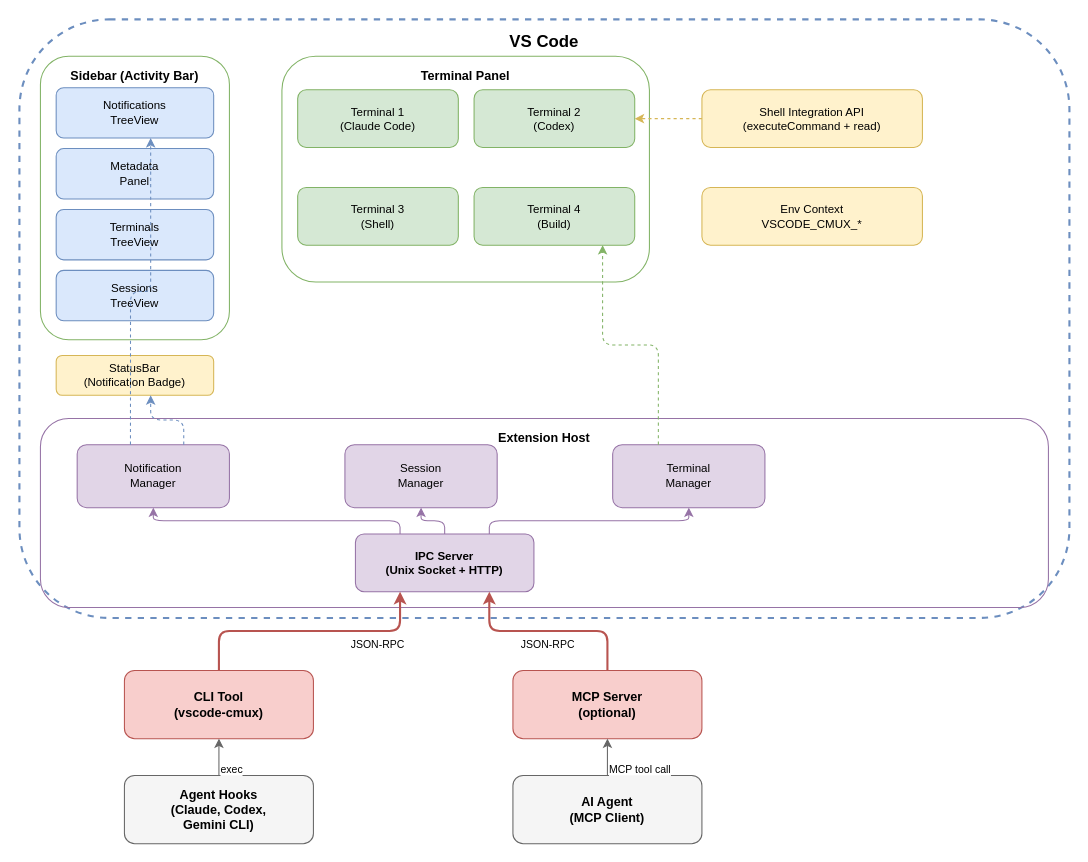
Earlier version of the draw.io diagram docs/diagrams/architecture.drawio (roboco-io/vmux). Source tidied: cells renumbered, new cells numbered last; positions are measured from the earlier drawing's top-left corner, leaving out a move shared by most shapes. Both pictures are drawn from the tidied source at 105%, with x=0, y=0 at pixel (19, 19).
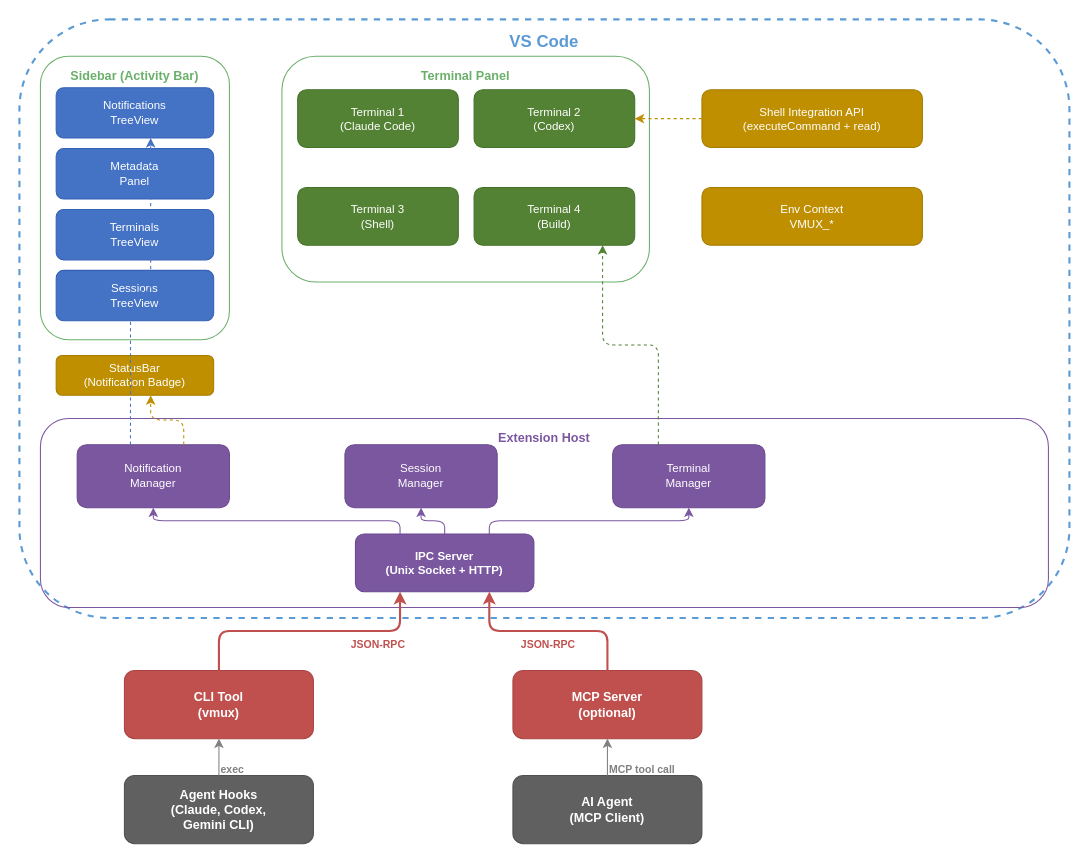
After the change.

Commit message (it also covers changes not shown here):
Update architecture diagram for light/dark theme readability

Change to the diagram source:
```diff
@@
-    <mxCell id="2" value="VS Code" style="rounded=1;whiteSpace=wrap;html=1;fillColor=none;strokeColor=#6c8ebf;strokeWidth=2;fontSize=16;fontStyle=1;verticalAlign=top;spacingTop=5;dashed=1;" parent="1" vertex="1">
+    <mxCell id="2" value="VS Code" style="rounded=1;whiteSpace=wrap;html=1;fillColor=none;strokeColor=#5B9BD5;strokeWidth=2;fontSize=16;fontStyle=1;fontColor=#5B9BD5;verticalAlign=top;spacingTop=5;dashed=1;" parent="1" vertex="1">
       <mxGeometry width="1000" height="570" as="geometry" />
     </mxCell>
-    <mxCell id="3" value="Sidebar (Activity Bar)" style="rounded=1;whiteSpace=wrap;html=1;fillColor=none;strokeColor=#82b366;strokeWidth=1;fontSize=12;fontStyle=1;verticalAlign=top;spacingTop=5;" parent="1" vertex="1">
+    <mxCell id="3" value="Sidebar (Activity Bar)" style="rounded=1;whiteSpace=wrap;html=1;fillColor=none;strokeColor=#6AAF6A;strokeWidth=1;fontSize=12;fontStyle=1;fontColor=#6AAF6A;verticalAlign=top;spacingTop=5;" parent="1" vertex="1">
       <mxGeometry x="20" y="35" width="180" height="270" as="geometry" />
     </mxCell>
-    <mxCell id="4" value="Notifications&#10;TreeView" style="rounded=1;whiteSpace=wrap;html=1;fillColor=#dae8fc;strokeColor=#6c8ebf;fontSize=11;" parent="1" vertex="1">
+    <mxCell id="4" value="Notifications&#10;TreeView" style="rounded=1;whiteSpace=wrap;html=1;fillColor=#4472C4;strokeColor=#3461B3;fontSize=11;fontColor=#FFFFFF;" parent="1" vertex="1">
       <mxGeometry x="35" y="65" width="150" height="48" as="geometry" />
     </mxCell>
-    <mxCell id="5" value="Metadata&#10;Panel" style="rounded=1;whiteSpace=wrap;html=1;fillColor=#dae8fc;strokeColor=#6c8ebf;fontSize=11;" parent="1" vertex="1">
+    <mxCell id="5" value="Metadata&#10;Panel" style="rounded=1;whiteSpace=wrap;html=1;fillColor=#4472C4;strokeColor=#3461B3;fontSize=11;fontColor=#FFFFFF;" parent="1" vertex="1">
       <mxGeometry x="35" y="123" width="150" height="48" as="geometry" />
     </mxCell>
-    <mxCell id="6" value="Terminals&#10;TreeView" style="rounded=1;whiteSpace=wrap;html=1;fillColor=#dae8fc;strokeColor=#6c8ebf;fontSize=11;" parent="1" vertex="1">
+    <mxCell id="6" value="Terminals&#10;TreeView" style="rounded=1;whiteSpace=wrap;html=1;fillColor=#4472C4;strokeColor=#3461B3;fontSize=11;fontColor=#FFFFFF;" parent="1" vertex="1">
       <mxGeometry x="35" y="181" width="150" height="48" as="geometry" />
     </mxCell>
-    <mxCell id="7" value="Sessions&#10;TreeView" style="rounded=1;whiteSpace=wrap;html=1;fillColor=#dae8fc;strokeColor=#6c8ebf;fontSize=11;" parent="1" vertex="1">
+    <mxCell id="7" value="Sessions&#10;TreeView" style="rounded=1;whiteSpace=wrap;html=1;fillColor=#4472C4;strokeColor=#3461B3;fontSize=11;fontColor=#FFFFFF;" parent="1" vertex="1">
       <mxGeometry x="35" y="239" width="150" height="48" as="geometry" />
     </mxCell>
-    <mxCell id="8" value="StatusBar&#10;(Notification Badge)" style="rounded=1;whiteSpace=wrap;html=1;fillColor=#fff2cc;strokeColor=#d6b656;fontSize=11;" parent="1" vertex="1">
+    <mxCell id="8" value="StatusBar&#10;(Notification Badge)" style="rounded=1;whiteSpace=wrap;html=1;fillColor=#BF8F00;strokeColor=#A67C00;fontSize=11;fontColor=#FFFFFF;" parent="1" vertex="1">
       <mxGeometry x="35" y="320" width="150" height="38" as="geometry" />
     </mxCell>
-    <mxCell id="9" value="Terminal Panel" style="rounded=1;whiteSpace=wrap;html=1;fillColor=none;strokeColor=#82b366;strokeWidth=1;fontSize=12;fontStyle=1;verticalAlign=top;spacingTop=5;" parent="1" vertex="1">
+    <mxCell id="9" value="Terminal Panel" style="rounded=1;whiteSpace=wrap;html=1;fillColor=none;strokeColor=#6AAF6A;strokeWidth=1;fontSize=12;fontStyle=1;fontColor=#6AAF6A;verticalAlign=top;spacingTop=5;" parent="1" vertex="1">
       <mxGeometry x="250" y="35" width="350" height="215" as="geometry" />
     </mxCell>
-    <mxCell id="10" value="Terminal 1&#10;(Claude Code)" style="rounded=1;whiteSpace=wrap;html=1;fillColor=#d5e8d4;strokeColor=#82b366;fontSize=11;" parent="1" vertex="1">
+    <mxCell id="10" value="Terminal 1&#10;(Claude Code)" style="rounded=1;whiteSpace=wrap;html=1;fillColor=#548235;strokeColor=#44722A;fontSize=11;fontColor=#FFFFFF;" parent="1" vertex="1">
       <mxGeometry x="265" y="67" width="153" height="55" as="geometry" />
     </mxCell>
-    <mxCell id="11" value="Terminal 2&#10;(Codex)" style="rounded=1;whiteSpace=wrap;html=1;fillColor=#d5e8d4;strokeColor=#82b366;fontSize=11;" parent="1" vertex="1">
+    <mxCell id="11" value="Terminal 2&#10;(Codex)" style="rounded=1;whiteSpace=wrap;html=1;fillColor=#548235;strokeColor=#44722A;fontSize=11;fontColor=#FFFFFF;" parent="1" vertex="1">
       <mxGeometry x="433" y="67" width="153" height="55" as="geometry" />
     </mxCell>
-    <mxCell id="12" value="Terminal 3&#10;(Shell)" style="rounded=1;whiteSpace=wrap;html=1;fillColor=#d5e8d4;strokeColor=#82b366;fontSize=11;" parent="1" vertex="1">
+    <mxCell id="12" value="Terminal 3&#10;(Shell)" style="rounded=1;whiteSpace=wrap;html=1;fillColor=#548235;strokeColor=#44722A;fontSize=11;fontColor=#FFFFFF;" parent="1" vertex="1">
       <mxGeometry x="265" y="160" width="153" height="55" as="geometry" />
     </mxCell>
-    <mxCell id="13" value="Terminal 4&#10;(Build)" style="rounded=1;whiteSpace=wrap;html=1;fillColor=#d5e8d4;strokeColor=#82b366;fontSize=11;" parent="1" vertex="1">
+    <mxCell id="13" value="Terminal 4&#10;(Build)" style="rounded=1;whiteSpace=wrap;html=1;fillColor=#548235;strokeColor=#44722A;fontSize=11;fontColor=#FFFFFF;" parent="1" vertex="1">
       <mxGeometry x="433" y="160" width="153" height="55" as="geometry" />
     </mxCell>
-    <mxCell id="14" value="Shell Integration API&#10;(executeCommand + read)" style="rounded=1;whiteSpace=wrap;html=1;fillColor=#fff2cc;strokeColor=#d6b656;fontSize=11;" parent="1" vertex="1">
+    <mxCell id="14" value="Shell Integration API&#10;(executeCommand + read)" style="rounded=1;whiteSpace=wrap;html=1;fillColor=#BF8F00;strokeColor=#A67C00;fontSize=11;fontColor=#FFFFFF;" parent="1" vertex="1">
       <mxGeometry x="650" y="67" width="210" height="55" as="geometry" />
     </mxCell>
-    <mxCell id="15" value="Env Context&#10;VSCODE_CMUX_*" style="rounded=1;whiteSpace=wrap;html=1;fillColor=#fff2cc;strokeColor=#d6b656;fontSize=11;" parent="1" vertex="1">
+    <mxCell id="15" value="Env Context&#10;VMUX_*" style="rounded=1;whiteSpace=wrap;html=1;fillColor=#BF8F00;strokeColor=#A67C00;fontSize=11;fontColor=#FFFFFF;" parent="1" vertex="1">
       <mxGeometry x="650" y="160" width="210" height="55" as="geometry" />
     </mxCell>
-    <mxCell id="16" value="Extension Host" style="rounded=1;whiteSpace=wrap;html=1;fillColor=none;strokeColor=#9673a6;strokeWidth=1;fontSize=12;fontStyle=1;verticalAlign=top;spacingTop=5;" parent="1" vertex="1">
+    <mxCell id="16" value="Extension Host" style="rounded=1;whiteSpace=wrap;html=1;fillColor=none;strokeColor=#7B57A0;strokeWidth=1;fontSize=12;fontStyle=1;fontColor=#7B57A0;verticalAlign=top;spacingTop=5;" parent="1" vertex="1">
       <mxGeometry x="20" y="380" width="960" height="180" as="geometry" />
     </mxCell>
-    <mxCell id="17" value="Notification&#10;Manager" style="rounded=1;whiteSpace=wrap;html=1;fillColor=#e1d5e7;strokeColor=#9673a6;fontSize=11;" parent="1" vertex="1">
+    <mxCell id="17" value="Notification&#10;Manager" style="rounded=1;whiteSpace=wrap;html=1;fillColor=#7B57A0;strokeColor=#6A4890;fontSize=11;fontColor=#FFFFFF;" parent="1" vertex="1">
       <mxGeometry x="55" y="405" width="145" height="60" as="geometry" />
     </mxCell>
-    <mxCell id="18" value="Session&#10;Manager" style="rounded=1;whiteSpace=wrap;html=1;fillColor=#e1d5e7;strokeColor=#9673a6;fontSize=11;" parent="1" vertex="1">
+    <mxCell id="18" value="Session&#10;Manager" style="rounded=1;whiteSpace=wrap;html=1;fillColor=#7B57A0;strokeColor=#6A4890;fontSize=11;fontColor=#FFFFFF;" parent="1" vertex="1">
       <mxGeometry x="310" y="405" width="145" height="60" as="geometry" />
     </mxCell>
-    <mxCell id="19" value="Terminal&#10;Manager" style="rounded=1;whiteSpace=wrap;html=1;fillColor=#e1d5e7;strokeColor=#9673a6;fontSize=11;" parent="1" vertex="1">
+    <mxCell id="19" value="Terminal&#10;Manager" style="rounded=1;whiteSpace=wrap;html=1;fillColor=#7B57A0;strokeColor=#6A4890;fontSize=11;fontColor=#FFFFFF;" parent="1" vertex="1">
       <mxGeometry x="565" y="405" width="145" height="60" as="geometry" />
     </mxCell>
-    <mxCell id="20" value="IPC Server&#10;(Unix Socket + HTTP)" style="rounded=1;whiteSpace=wrap;html=1;fillColor=#e1d5e7;strokeColor=#9673a6;fontSize=11;fontStyle=1;" parent="1" vertex="1">
+    <mxCell id="20" value="IPC Server&#10;(Unix Socket + HTTP)" style="rounded=1;whiteSpace=wrap;html=1;fillColor=#7B57A0;strokeColor=#6A4890;fontSize=11;fontStyle=1;fontColor=#FFFFFF;" parent="1" vertex="1">
       <mxGeometry x="320" y="490" width="170" height="55" as="geometry" />
     </mxCell>
-    <mxCell id="21" value="CLI Tool&#10;(vscode-cmux)" style="rounded=1;whiteSpace=wrap;html=1;fillColor=#f8cecc;strokeColor=#b85450;fontSize=12;fontStyle=1;" parent="1" vertex="1">
+    <mxCell id="21" value="CLI Tool&#10;(vmux)" style="rounded=1;whiteSpace=wrap;html=1;fillColor=#C0504D;strokeColor=#A94442;fontSize=12;fontStyle=1;fontColor=#FFFFFF;" parent="1" vertex="1">
       <mxGeometry x="100" y="620" width="180" height="65" as="geometry" />
     </mxCell>
-    <mxCell id="22" value="MCP Server&#10;(optional)" style="rounded=1;whiteSpace=wrap;html=1;fillColor=#f8cecc;strokeColor=#b85450;fontSize=12;fontStyle=1;" parent="1" vertex="1">
+    <mxCell id="22" value="MCP Server&#10;(optional)" style="rounded=1;whiteSpace=wrap;html=1;fillColor=#C0504D;strokeColor=#A94442;fontSize=12;fontStyle=1;fontColor=#FFFFFF;" parent="1" vertex="1">
       <mxGeometry x="470" y="620" width="180" height="65" as="geometry" />
     </mxCell>
-    <mxCell id="23" value="Agent Hooks&#10;(Claude, Codex,&#10;Gemini CLI)" style="rounded=1;whiteSpace=wrap;html=1;fillColor=#f5f5f5;strokeColor=#666666;fontSize=12;fontStyle=1;" parent="1" vertex="1">
+    <mxCell id="23" value="Agent Hooks&#10;(Claude, Codex,&#10;Gemini CLI)" style="rounded=1;whiteSpace=wrap;html=1;fillColor=#606060;strokeColor=#505050;fontSize=12;fontStyle=1;fontColor=#FFFFFF;" parent="1" vertex="1">
       <mxGeometry x="100" y="720" width="180" height="65" as="geometry" />
     </mxCell>
-    <mxCell id="24" value="AI Agent&#10;(MCP Client)" style="rounded=1;whiteSpace=wrap;html=1;fillColor=#f5f5f5;strokeColor=#666666;fontSize=12;fontStyle=1;" parent="1" vertex="1">
+    <mxCell id="24" value="AI Agent&#10;(MCP Client)" style="rounded=1;whiteSpace=wrap;html=1;fillColor=#606060;strokeColor=#505050;fontSize=12;fontStyle=1;fontColor=#FFFFFF;" parent="1" vertex="1">
       <mxGeometry x="470" y="720" width="180" height="65" as="geometry" />
     </mxCell>
-    <mxCell id="25" style="edgeStyle=orthogonalEdgeStyle;rounded=1;strokeColor=#b85450;strokeWidth=2;exitX=0.5;exitY=0;entryX=0.25;entryY=1;" parent="1" edge="1" source="21" target="20">
+    <mxCell id="25" style="edgeStyle=orthogonalEdgeStyle;rounded=1;strokeColor=#C0504D;strokeWidth=2;exitX=0.5;exitY=0;entryX=0.25;entryY=1;" parent="1" edge="1" source="21" target="20">
       <mxGeometry relative="1" as="geometry" />
     </mxCell>
-    <mxCell id="26" value="JSON-RPC" style="edgeLabel;html=1;fontSize=10;fillColor=none;" parent="25" vertex="1">
+    <mxCell id="26" value="JSON-RPC" style="edgeLabel;html=1;fontSize=10;fontColor=#C0504D;fontStyle=1;labelBackgroundColor=none;" parent="25" vertex="1">
       <mxGeometry x="0.3" relative="1" as="geometry" />
     </mxCell>
-    <mxCell id="27" style="edgeStyle=orthogonalEdgeStyle;rounded=1;strokeColor=#b85450;strokeWidth=2;exitX=0.5;exitY=0;entryX=0.75;entryY=1;" parent="1" edge="1" source="22" target="20">
+    <mxCell id="27" style="edgeStyle=orthogonalEdgeStyle;rounded=1;strokeColor=#C0504D;strokeWidth=2;exitX=0.5;exitY=0;entryX=0.75;entryY=1;" parent="1" edge="1" source="22" target="20">
       <mxGeometry relative="1" as="geometry" />
     </mxCell>
-    <mxCell id="28" value="JSON-RPC" style="edgeLabel;html=1;fontSize=10;fillColor=none;" parent="27" vertex="1">
+    <mxCell id="28" value="JSON-RPC" style="edgeLabel;html=1;fontSize=10;fontColor=#C0504D;fontStyle=1;labelBackgroundColor=none;" parent="27" vertex="1">
       <mxGeometry x="0.3" relative="1" as="geometry" />
     </mxCell>
-    <mxCell id="29" style="edgeStyle=orthogonalEdgeStyle;rounded=1;strokeColor=#666666;strokeWidth=1;exitX=0.5;exitY=0;entryX=0.5;entryY=1;" parent="1" edge="1" source="23" target="21">
+    <mxCell id="29" style="edgeStyle=orthogonalEdgeStyle;rounded=1;strokeColor=#808080;strokeWidth=1;exitX=0.5;exitY=0;entryX=0.5;entryY=1;" parent="1" edge="1" source="23" target="21">
       <mxGeometry relative="1" as="geometry" />
     </mxCell>
-    <mxCell id="30" value="exec" style="edgeLabel;html=1;fontSize=10;fillColor=none;" parent="29" vertex="1">
+    <mxCell id="30" value="exec" style="edgeLabel;html=1;fontSize=10;fontColor=#808080;fontStyle=1;labelBackgroundColor=none;" parent="29" vertex="1">
       <mxGeometry relative="1" as="geometry" />
     </mxCell>
-    <mxCell id="31" style="edgeStyle=orthogonalEdgeStyle;rounded=1;strokeColor=#666666;strokeWidth=1;exitX=0.5;exitY=0;entryX=0.5;entryY=1;" parent="1" edge="1" source="24" target="22">
+    <mxCell id="31" style="edgeStyle=orthogonalEdgeStyle;rounded=1;strokeColor=#808080;strokeWidth=1;exitX=0.5;exitY=0;entryX=0.5;entryY=1;" parent="1" edge="1" source="24" target="22">
       <mxGeometry relative="1" as="geometry" />
     </mxCell>
-    <mxCell id="32" value="MCP tool call" style="edgeLabel;html=1;fontSize=10;fillColor=none;" parent="31" vertex="1">
+    <mxCell id="32" value="MCP tool call" style="edgeLabel;html=1;fontSize=10;fontColor=#808080;fontStyle=1;labelBackgroundColor=none;" parent="31" vertex="1">
       <mxGeometry relative="1" as="geometry" />
     </mxCell>
-    <mxCell id="33" style="edgeStyle=orthogonalEdgeStyle;rounded=1;strokeColor=#9673a6;exitX=0.25;exitY=0;entryX=0.5;entryY=1;" parent="1" edge="1" source="20" target="17">
+    <mxCell id="33" style="edgeStyle=orthogonalEdgeStyle;rounded=1;strokeColor=#7B57A0;exitX=0.25;exitY=0;entryX=0.5;entryY=1;" parent="1" edge="1" source="20" target="17">
       <mxGeometry relative="1" as="geometry" />
     </mxCell>
-    <mxCell id="34" style="edgeStyle=orthogonalEdgeStyle;rounded=1;strokeColor=#9673a6;exitX=0.5;exitY=0;entryX=0.5;entryY=1;" parent="1" edge="1" source="20" target="18">
+    <mxCell id="34" style="edgeStyle=orthogonalEdgeStyle;rounded=1;strokeColor=#7B57A0;exitX=0.5;exitY=0;entryX=0.5;entryY=1;" parent="1" edge="1" source="20" target="18">
       <mxGeometry relative="1" as="geometry" />
     </mxCell>
-    <mxCell id="35" style="edgeStyle=orthogonalEdgeStyle;rounded=1;strokeColor=#9673a6;exitX=0.75;exitY=0;entryX=0.5;entryY=1;" parent="1" edge="1" source="20" target="19">
+    <mxCell id="35" style="edgeStyle=orthogonalEdgeStyle;rounded=1;strokeColor=#7B57A0;exitX=0.75;exitY=0;entryX=0.5;entryY=1;" parent="1" edge="1" source="20" target="19">
       <mxGeometry relative="1" as="geometry" />
     </mxCell>
-    <mxCell id="36" style="edgeStyle=orthogonalEdgeStyle;rounded=1;dashed=1;strokeColor=#6c8ebf;exitX=0.35;exitY=0;entryX=0.6;entryY=1;" parent="1" edge="1" source="17" target="4">
+    <mxCell id="36" style="edgeStyle=orthogonalEdgeStyle;rounded=1;dashed=1;strokeColor=#4472C4;exitX=0.35;exitY=0;entryX=0.6;entryY=1;" parent="1" edge="1" source="17" target="4">
       <mxGeometry relative="1" as="geometry" />
     </mxCell>
-    <mxCell id="37" style="edgeStyle=orthogonalEdgeStyle;rounded=1;dashed=1;strokeColor=#6c8ebf;exitX=0.7;exitY=0;entryX=0.6;entryY=1;" parent="1" edge="1" source="17" target="8">
+    <mxCell id="37" style="edgeStyle=orthogonalEdgeStyle;rounded=1;dashed=1;strokeColor=#BF8F00;exitX=0.7;exitY=0;entryX=0.6;entryY=1;" parent="1" edge="1" source="17" target="8">
       <mxGeometry relative="1" as="geometry" />
     </mxCell>
-    <mxCell id="38" style="edgeStyle=orthogonalEdgeStyle;rounded=1;dashed=1;strokeColor=#82b366;exitX=0.3;exitY=0;entryX=0.8;entryY=1;" parent="1" edge="1" source="19" target="13">
+    <mxCell id="38" style="edgeStyle=orthogonalEdgeStyle;rounded=1;dashed=1;strokeColor=#548235;exitX=0.3;exitY=0;entryX=0.8;entryY=1;" parent="1" edge="1" source="19" target="13">
       <mxGeometry relative="1" as="geometry" />
     </mxCell>
-    <mxCell id="39" style="edgeStyle=orthogonalEdgeStyle;rounded=1;dashed=1;strokeColor=#d6b656;exitX=0;exitY=0.5;entryX=1;entryY=0.5;" parent="1" edge="1" source="14" target="11">
+    <mxCell id="39" style="edgeStyle=orthogonalEdgeStyle;rounded=1;dashed=1;strokeColor=#BF8F00;exitX=0;exitY=0.5;entryX=1;entryY=0.5;" parent="1" edge="1" source="14" target="11">
       <mxGeometry relative="1" as="geometry" />
     </mxCell>
```
